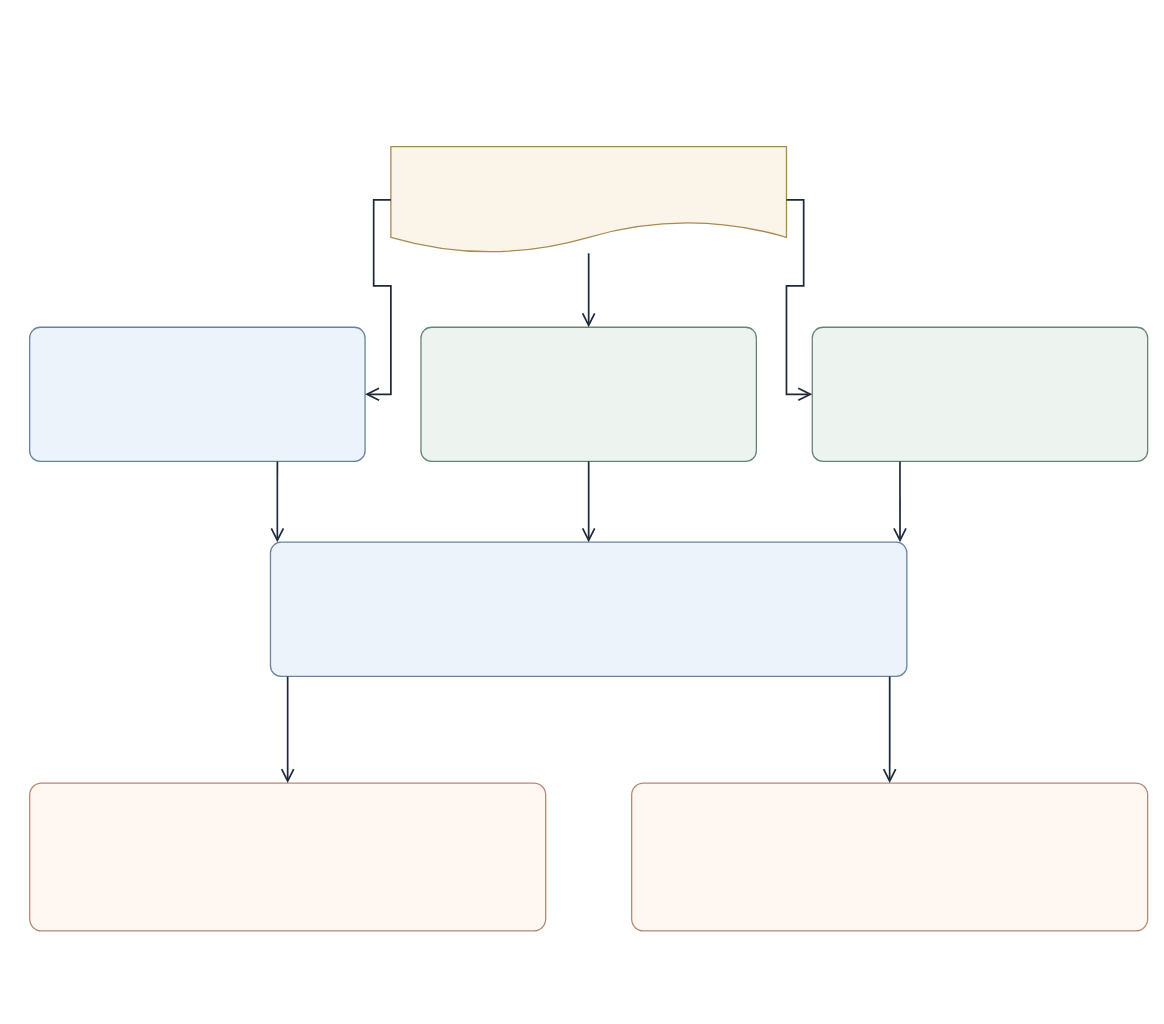
This is page "03 评估、指标与适用边界" (3 of 3) of ear-review/docs/架构图/NLP核心功能与双模型流程.drawio from Tindra-Wang/ear-review, a draw.io file, before an edit. Source tidied: cells renumbered, new cells numbered last; positions are measured from the earlier drawing's top-left corner, leaving out a move shared by most shapes. Both pictures are drawn from the tidied source at 86%, with x=0, y=0 at pixel (14, 14).
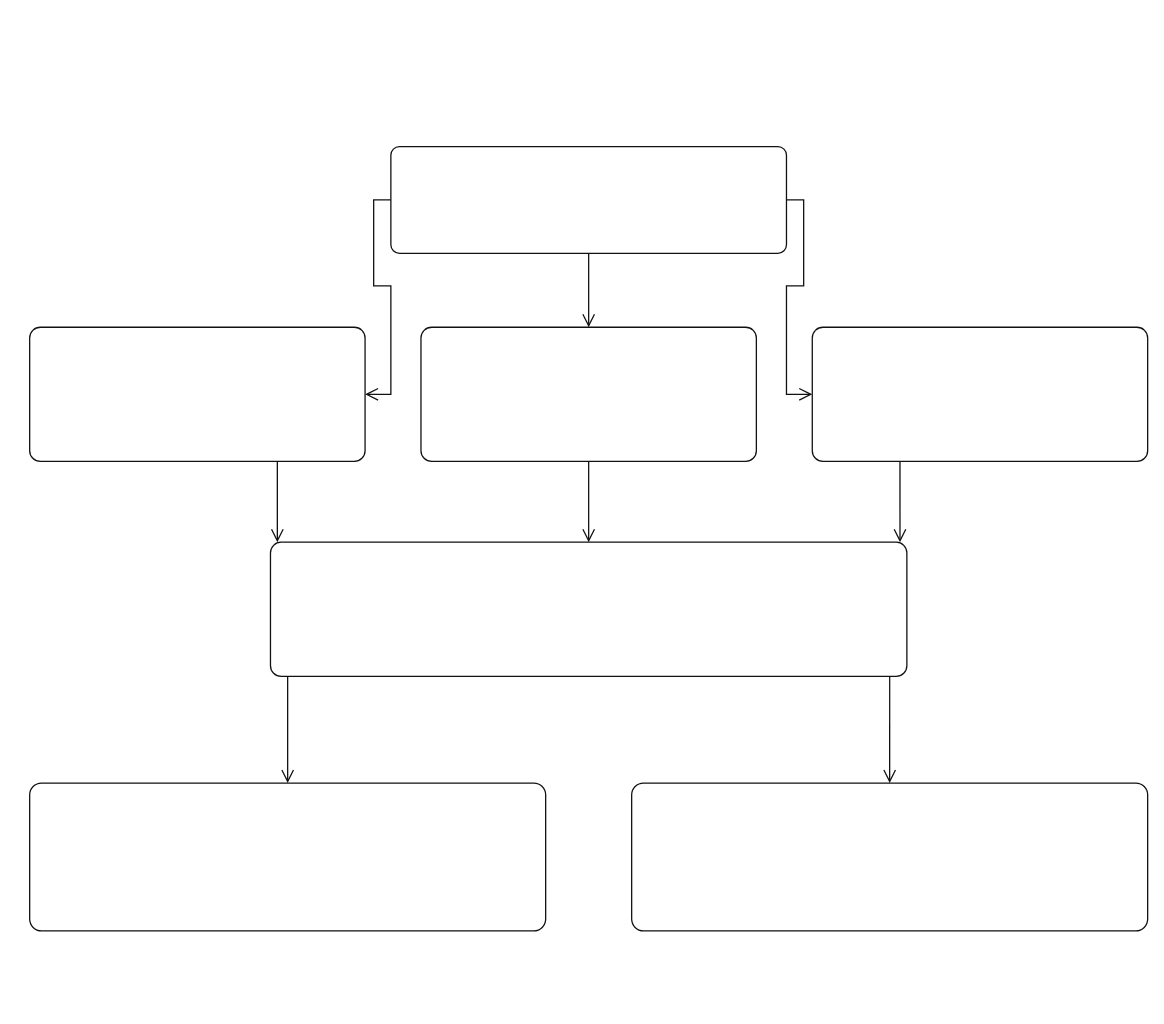
Above is the later version.

What changed in the source:
```diff
@@
 <mxGraphModel background="#FFFFFF">
   <root>
     <mxCell id="0" />
     <mxCell id="1" parent="0" />
-    <mxCell id="2" style="text;html=1;whiteSpace=wrap;labelBackgroundColor=none;fillColor=none;strokeColor=none;strokeWidth=0;fontColor=#1E293B;fontSize=26;fontFamily=Microsoft YaHei;align=left;verticalAlign=middle;" parent="1" vertex="1">
+    <mxCell id="2" style="text;html=1;whiteSpace=wrap;labelBackgroundColor=none;fillColor=none;strokeColor=none;strokeWidth=0;fontColor=#111111;fontSize=26;fontFamily=Microsoft YaHei;align=left;verticalAlign=middle;" parent="1" vertex="1">
       <mxGeometry width="1320" height="48" as="geometry" />
     </mxCell>
-    <mxCell id="3" style="text;html=1;whiteSpace=wrap;labelBackgroundColor=none;fillColor=none;strokeColor=none;strokeWidth=0;fontColor=#1E293B;fontSize=15;fontFamily=Microsoft YaHei;align=left;verticalAlign=middle;" parent="1" vertex="1">
+    <mxCell id="3" style="text;html=1;whiteSpace=wrap;labelBackgroundColor=none;fillColor=none;strokeColor=none;strokeWidth=0;fontColor=#111111;fontSize=15;fontFamily=Microsoft YaHei;align=left;verticalAlign=middle;" parent="1" vertex="1">
       <mxGeometry y="56" width="1320" height="50" as="geometry" />
     </mxCell>
-    <mxCell id="4" style="shape=document;boundedLbl=1;html=1;whiteSpace=wrap;fillColor=#faf5e8;strokeColor=#a68b55;strokeWidth=1.5;fontColor=#1E293B;fontSize=16;fontFamily=Microsoft YaHei;verticalAlign=middle;align=center;" parent="1" vertex="1">
+    <mxCell id="4" style="rounded=1;arcSize=8;html=1;whiteSpace=wrap;fillColor=#ffffff;strokeColor=#111111;strokeWidth=1.5;fontColor=#111111;fontSize=16;fontFamily=Microsoft YaHei;verticalAlign=middle;align=center;" parent="1" vertex="1">
       <mxGeometry x="438" y="154" width="460" height="124" as="geometry" />
     </mxCell>
-    <mxCell id="5" style="rounded=1;arcSize=8;html=1;whiteSpace=wrap;fillColor=#edf3fa;strokeColor=#6783a1;strokeWidth=1.5;fontColor=#1E293B;fontSize=16;fontFamily=Microsoft YaHei;verticalAlign=middle;align=center;" parent="1" vertex="1">
+    <mxCell id="5" style="rounded=1;arcSize=8;html=1;whiteSpace=wrap;fillColor=#ffffff;strokeColor=#111111;strokeWidth=1.5;fontColor=#111111;fontSize=16;fontFamily=Microsoft YaHei;verticalAlign=middle;align=center;" parent="1" vertex="1">
       <mxGeometry x="18" y="364" width="390" height="156" as="geometry" />
     </mxCell>
-    <mxCell id="6" style="rounded=1;arcSize=8;html=1;whiteSpace=wrap;fillColor=#edf4f0;strokeColor=#668572;strokeWidth=1.5;fontColor=#1E293B;fontSize=16;fontFamily=Microsoft YaHei;verticalAlign=middle;align=center;" parent="1" vertex="1">
+    <mxCell id="6" style="rounded=1;arcSize=8;html=1;whiteSpace=wrap;fillColor=#ffffff;strokeColor=#111111;strokeWidth=1.5;fontColor=#111111;fontSize=16;fontFamily=Microsoft YaHei;verticalAlign=middle;align=center;" parent="1" vertex="1">
       <mxGeometry x="473" y="364" width="390" height="156" as="geometry" />
     </mxCell>
-    <mxCell id="7" style="rounded=1;arcSize=8;html=1;whiteSpace=wrap;fillColor=#edf4f0;strokeColor=#668572;strokeWidth=1.5;fontColor=#1E293B;fontSize=16;fontFamily=Microsoft YaHei;verticalAlign=middle;align=center;" parent="1" vertex="1">
+    <mxCell id="7" style="rounded=1;arcSize=8;html=1;whiteSpace=wrap;fillColor=#ffffff;strokeColor=#111111;strokeWidth=1.5;fontColor=#111111;fontSize=16;fontFamily=Microsoft YaHei;verticalAlign=middle;align=center;" parent="1" vertex="1">
       <mxGeometry x="928" y="364" width="390" height="156" as="geometry" />
     </mxCell>
-    <mxCell id="8" style="rounded=1;arcSize=8;html=1;whiteSpace=wrap;fillColor=#edf3fa;strokeColor=#6783a1;strokeWidth=1.5;fontColor=#1E293B;fontSize=16;fontFamily=Microsoft YaHei;verticalAlign=middle;align=center;" parent="1" vertex="1">
+    <mxCell id="8" style="rounded=1;arcSize=8;html=1;whiteSpace=wrap;fillColor=#ffffff;strokeColor=#111111;strokeWidth=1.5;fontColor=#111111;fontSize=16;fontFamily=Microsoft YaHei;verticalAlign=middle;align=center;" parent="1" vertex="1">
       <mxGeometry x="298" y="614" width="740" height="156" as="geometry" />
     </mxCell>
-    <mxCell id="9" style="rounded=1;arcSize=8;html=1;whiteSpace=wrap;fillColor=#fff7f2;strokeColor=#b48a74;strokeWidth=1.5;fontColor=#1E293B;fontSize=16;fontFamily=Microsoft YaHei;verticalAlign=middle;align=center;" parent="1" vertex="1">
+    <mxCell id="9" style="rounded=1;arcSize=8;html=1;whiteSpace=wrap;fillColor=#ffffff;strokeColor=#111111;strokeWidth=1.5;fontColor=#111111;fontSize=16;fontFamily=Microsoft YaHei;verticalAlign=middle;align=center;" parent="1" vertex="1">
       <mxGeometry x="18" y="894" width="600" height="172" as="geometry" />
     </mxCell>
-    <mxCell id="10" style="rounded=1;arcSize=8;html=1;whiteSpace=wrap;fillColor=#fff7f2;strokeColor=#b48a74;strokeWidth=1.5;fontColor=#1E293B;fontSize=16;fontFamily=Microsoft YaHei;verticalAlign=middle;align=center;" parent="1" vertex="1">
+    <mxCell id="10" style="rounded=1;arcSize=8;html=1;whiteSpace=wrap;fillColor=#ffffff;strokeColor=#111111;strokeWidth=1.5;fontColor=#111111;fontSize=16;fontFamily=Microsoft YaHei;verticalAlign=middle;align=center;" parent="1" vertex="1">
       <mxGeometry x="718" y="894" width="600" height="172" as="geometry" />
     </mxCell>
-    <mxCell id="11" style="text;html=1;whiteSpace=wrap;labelBackgroundColor=none;fillColor=none;strokeColor=none;strokeWidth=0;fontColor=#1E293B;fontSize=15;fontFamily=Microsoft YaHei;align=left;verticalAlign=middle;" parent="1" vertex="1">
+    <mxCell id="11" style="text;html=1;whiteSpace=wrap;labelBackgroundColor=none;fillColor=none;strokeColor=none;strokeWidth=0;fontColor=#111111;fontSize=15;fontFamily=Microsoft YaHei;align=left;verticalAlign=middle;" parent="1" vertex="1">
       <mxGeometry x="18" y="1094" width="1260" height="64" as="geometry" />
     </mxCell>
-    <mxCell id="12" style="edgeStyle=orthogonalEdgeStyle;rounded=0;jettySize=auto;html=1;strokeColor=#1E293B;strokeWidth=2;endArrow=open;endFill=0;endSize=12;exitX=0;exitY=0.5;exitDx=0;exitDy=0;entryX=1;entryY=0.5;entryDx=0;entryDy=0;jumpStyle=arc;jumpSize=8;" parent="1" edge="1" source="4" target="5">
+    <mxCell id="12" style="edgeStyle=orthogonalEdgeStyle;rounded=0;jettySize=auto;html=1;strokeColor=#111111;strokeWidth=1.5;endArrow=open;endFill=0;endSize=12;exitX=0;exitY=0.5;exitDx=0;exitDy=0;entryX=1;entryY=0.5;entryDx=0;entryDy=0;jumpStyle=arc;jumpSize=8;" parent="1" edge="1" source="4" target="5">
       <mxGeometry relative="1" as="geometry" />
     </mxCell>
-    <mxCell id="13" style="edgeStyle=orthogonalEdgeStyle;rounded=0;jettySize=auto;html=1;strokeColor=#1E293B;strokeWidth=2;endArrow=open;endFill=0;endSize=12;exitX=0.5;exitY=1;exitDx=0;exitDy=0;entryX=0.5;entryY=0;entryDx=0;entryDy=0;jumpStyle=arc;jumpSize=8;" parent="1" edge="1" source="4" target="6">
+    <mxCell id="13" style="edgeStyle=orthogonalEdgeStyle;rounded=0;jettySize=auto;html=1;strokeColor=#111111;strokeWidth=1.5;endArrow=open;endFill=0;endSize=12;exitX=0.5;exitY=1;exitDx=0;exitDy=0;entryX=0.5;entryY=0;entryDx=0;entryDy=0;jumpStyle=arc;jumpSize=8;" parent="1" edge="1" source="4" target="6">
       <mxGeometry relative="1" as="geometry" />
     </mxCell>
-    <mxCell id="14" style="edgeStyle=orthogonalEdgeStyle;rounded=0;jettySize=auto;html=1;strokeColor=#1E293B;strokeWidth=2;endArrow=open;endFill=0;endSize=12;exitX=1;exitY=0.5;exitDx=0;exitDy=0;entryX=0;entryY=0.5;entryDx=0;entryDy=0;jumpStyle=arc;jumpSize=8;" parent="1" edge="1" source="4" target="7">
+    <mxCell id="14" style="edgeStyle=orthogonalEdgeStyle;rounded=0;jettySize=auto;html=1;strokeColor=#111111;strokeWidth=1.5;endArrow=open;endFill=0;endSize=12;exitX=1;exitY=0.5;exitDx=0;exitDy=0;entryX=0;entryY=0.5;entryDx=0;entryDy=0;jumpStyle=arc;jumpSize=8;" parent="1" edge="1" source="4" target="7">
       <mxGeometry relative="1" as="geometry" />
     </mxCell>
-    <mxCell id="15" style="edgeStyle=orthogonalEdgeStyle;rounded=0;jettySize=auto;html=1;strokeColor=#1E293B;strokeWidth=2;endArrow=open;endFill=0;endSize=12;exitX=0.7385;exitY=1;exitDx=0;exitDy=0;entryX=0.0108;entryY=0;entryDx=0;entryDy=0;jumpStyle=arc;jumpSize=8;" parent="1" edge="1" source="5" target="8">
+    <mxCell id="15" style="edgeStyle=orthogonalEdgeStyle;rounded=0;jettySize=auto;html=1;strokeColor=#111111;strokeWidth=1.5;endArrow=open;endFill=0;endSize=12;exitX=0.7385;exitY=1;exitDx=0;exitDy=0;entryX=0.0108;entryY=0;entryDx=0;entryDy=0;jumpStyle=arc;jumpSize=8;" parent="1" edge="1" source="5" target="8">
       <mxGeometry relative="1" as="geometry" />
     </mxCell>
-    <mxCell id="16" style="edgeStyle=orthogonalEdgeStyle;rounded=0;jettySize=auto;html=1;strokeColor=#1E293B;strokeWidth=2;endArrow=open;endFill=0;endSize=12;exitX=0.5;exitY=1;exitDx=0;exitDy=0;entryX=0.5;entryY=0;entryDx=0;entryDy=0;jumpStyle=arc;jumpSize=8;" parent="1" edge="1" source="6" target="8">
+    <mxCell id="16" style="edgeStyle=orthogonalEdgeStyle;rounded=0;jettySize=auto;html=1;strokeColor=#111111;strokeWidth=1.5;endArrow=open;endFill=0;endSize=12;exitX=0.5;exitY=1;exitDx=0;exitDy=0;entryX=0.5;entryY=0;entryDx=0;entryDy=0;jumpStyle=arc;jumpSize=8;" parent="1" edge="1" source="6" target="8">
       <mxGeometry relative="1" as="geometry" />
     </mxCell>
-    <mxCell id="17" style="edgeStyle=orthogonalEdgeStyle;rounded=0;jettySize=auto;html=1;strokeColor=#1E293B;strokeWidth=2;endArrow=open;endFill=0;endSize=12;exitX=0.2615;exitY=1;exitDx=0;exitDy=0;entryX=0.9892;entryY=0;entryDx=0;entryDy=0;jumpStyle=arc;jumpSize=8;" parent="1" edge="1" source="7" target="8">
+    <mxCell id="17" style="edgeStyle=orthogonalEdgeStyle;rounded=0;jettySize=auto;html=1;strokeColor=#111111;strokeWidth=1.5;endArrow=open;endFill=0;endSize=12;exitX=0.2615;exitY=1;exitDx=0;exitDy=0;entryX=0.9892;entryY=0;entryDx=0;entryDy=0;jumpStyle=arc;jumpSize=8;" parent="1" edge="1" source="7" target="8">
       <mxGeometry relative="1" as="geometry" />
     </mxCell>
-    <mxCell id="18" style="edgeStyle=orthogonalEdgeStyle;rounded=0;jettySize=auto;html=1;strokeColor=#1E293B;strokeWidth=2;endArrow=open;endFill=0;endSize=12;exitX=0.027;exitY=1;exitDx=0;exitDy=0;entryX=0.5;entryY=0;entryDx=0;entryDy=0;jumpStyle=arc;jumpSize=8;" parent="1" edge="1" source="8" target="9">
+    <mxCell id="18" style="edgeStyle=orthogonalEdgeStyle;rounded=0;jettySize=auto;html=1;strokeColor=#111111;strokeWidth=1.5;endArrow=open;endFill=0;endSize=12;exitX=0.027;exitY=1;exitDx=0;exitDy=0;entryX=0.5;entryY=0;entryDx=0;entryDy=0;jumpStyle=arc;jumpSize=8;" parent="1" edge="1" source="8" target="9">
       <mxGeometry relative="1" as="geometry" />
     </mxCell>
-    <mxCell id="19" style="edgeStyle=orthogonalEdgeStyle;rounded=0;jettySize=auto;html=1;strokeColor=#1E293B;strokeWidth=2;endArrow=open;endFill=0;endSize=12;exitX=0.973;exitY=1;exitDx=0;exitDy=0;entryX=0.5;entryY=0;entryDx=0;entryDy=0;jumpStyle=arc;jumpSize=8;" parent="1" edge="1" source="8" target="10">
+    <mxCell id="19" style="edgeStyle=orthogonalEdgeStyle;rounded=0;jettySize=auto;html=1;strokeColor=#111111;strokeWidth=1.5;endArrow=open;endFill=0;endSize=12;exitX=0.973;exitY=1;exitDx=0;exitDy=0;entryX=0.5;entryY=0;entryDx=0;entryDy=0;jumpStyle=arc;jumpSize=8;" parent="1" edge="1" source="8" target="10">
       <mxGeometry relative="1" as="geometry" />
     </mxCell>
   </root>
 </mxGraphModel>
```
